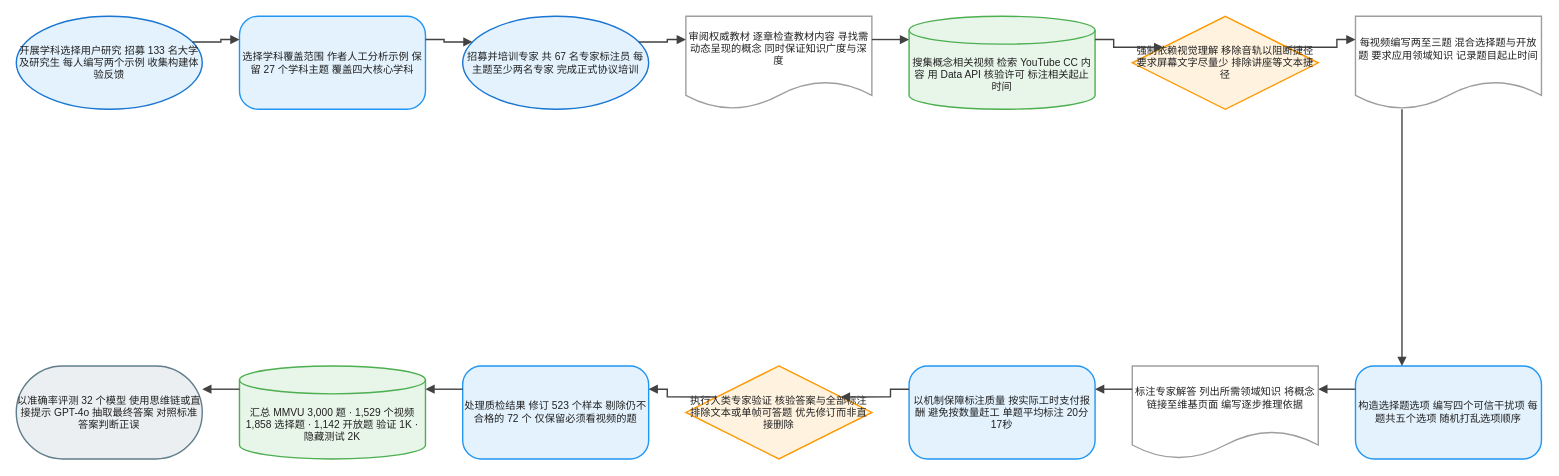
Earlier version of the draw.io diagram client/public/drawio/MMVU/MMVU.zh.drawio (joe1chief/benchmark-hub). Source tidied: cells renumbered, new cells numbered last; positions are measured from the earlier drawing's top-left corner, leaving out a move shared by most shapes. Both pictures are drawn from the tidied source at 93%, with x=0, y=0 at pixel (16, 16).
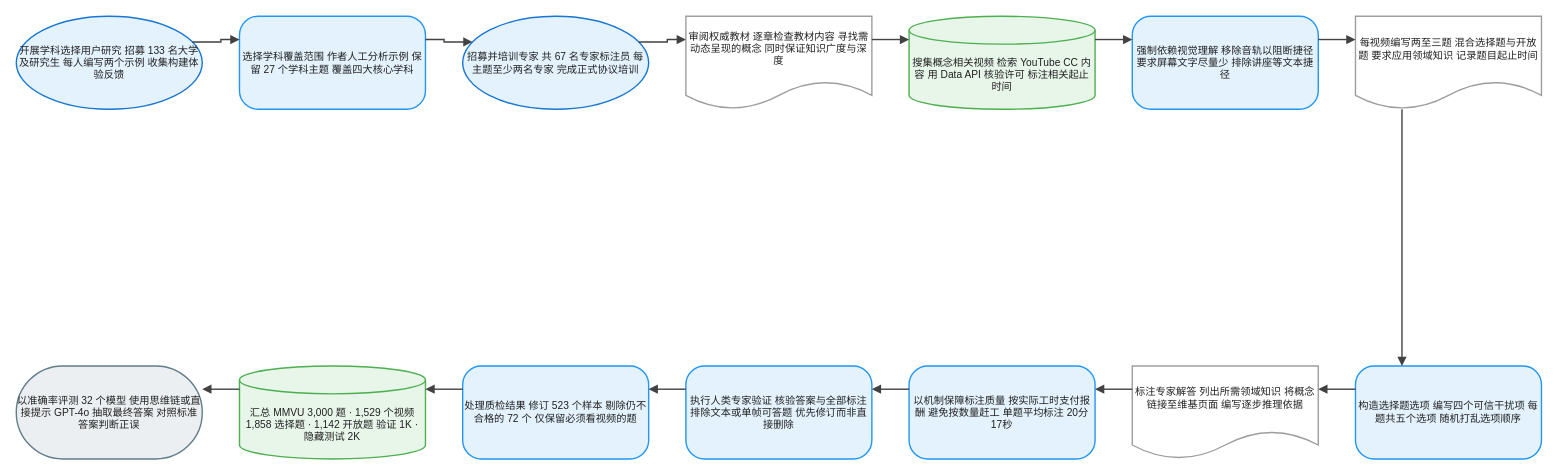
The same diagram, later.

What changed in the source:
```diff
@@
-    <mxCell id="7" value="强制依赖视觉理解 移除音轨以阻断捷径 要求屏幕文字尽量少 排除讲座等文本捷径" style="rhombus;html=1;whiteSpace=wrap;fillColor=#FFF3E0;strokeColor=#FF9800;strokeWidth=1.5;fontColor=#212121;fontSize=11;fontFamily=Arial, Helvetica, sans-serif;verticalAlign=middle;align=center;" parent="1" vertex="1">
+    <mxCell id="7" value="强制依赖视觉理解 移除音轨以阻断捷径 要求屏幕文字尽量少 排除讲座等文本捷径" style="rounded=1;arcSize=20;html=1;whiteSpace=wrap;fillColor=#E3F2FD;strokeColor=#2196F3;strokeWidth=1.5;fontColor=#212121;fontSize=11;fontFamily=Arial, Helvetica, sans-serif;verticalAlign=middle;align=center;" parent="1" vertex="1">
       <mxGeometry x="1200" width="200" height="100" as="geometry" />
     </mxCell>
@@
-    <mxCell id="12" value="执行人类专家验证 核验答案与全部标注 排除文本或单帧可答题 优先修订而非直接删除" style="rhombus;html=1;whiteSpace=wrap;fillColor=#FFF3E0;strokeColor=#FF9800;strokeWidth=1.5;fontColor=#212121;fontSize=11;fontFamily=Arial, Helvetica, sans-serif;verticalAlign=middle;align=center;" parent="1" vertex="1">
+    <mxCell id="12" value="执行人类专家验证 核验答案与全部标注 排除文本或单帧可答题 优先修订而非直接删除" style="rounded=1;arcSize=20;html=1;whiteSpace=wrap;fillColor=#E3F2FD;strokeColor=#2196F3;strokeWidth=1.5;fontColor=#212121;fontSize=11;fontFamily=Arial, Helvetica, sans-serif;verticalAlign=middle;align=center;" parent="1" vertex="1">
       <mxGeometry x="720" y="376" width="200" height="100" as="geometry" />
     </mxCell>
```
